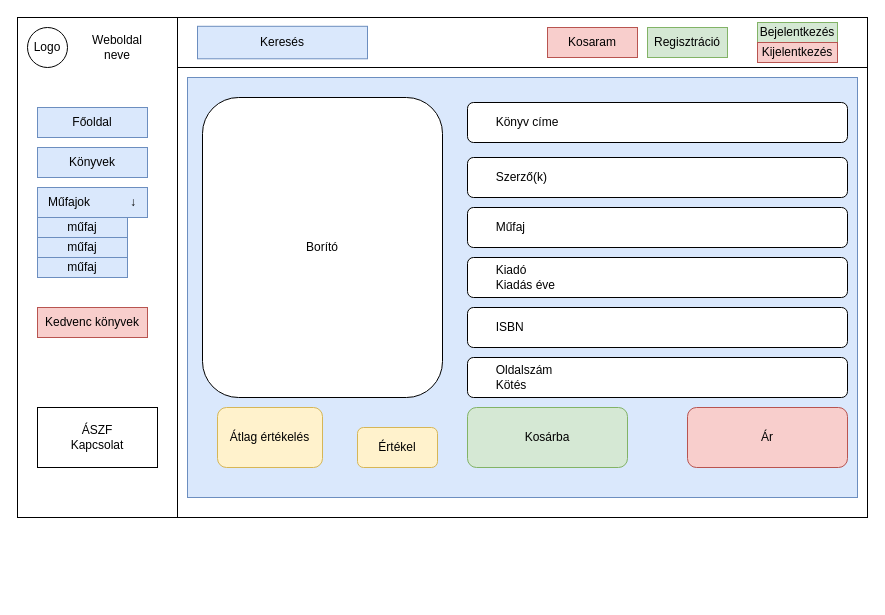
Before: Menu es kepernyotervek/kepernyotervek/konyv_nezet.drawio in keresztpapa/adatBalapu, a draw.io diagram. Source tidied: cells renumbered, new cells numbered last; positions are measured from the earlier drawing's top-left corner, leaving out a move shared by most shapes. Both pictures are drawn from the tidied source at 100%, with x=0, y=0 at pixel (17, 17).
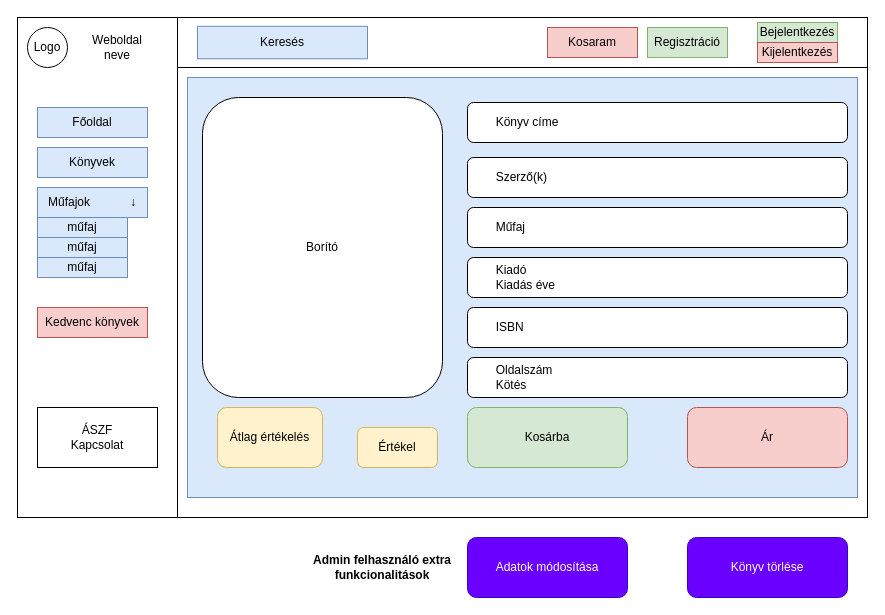
Above is the later version.

Commit message (it also covers changes not shown here):
admin oldal kepernyoterv

The edit, as a diff of the source:
```diff
@@
+    <mxCell id="32" value="Adatok módosítása" style="rounded=1;whiteSpace=wrap;html=1;fillColor=#6a00ff;fontColor=#ffffff;strokeColor=#3700CC;" parent="1" vertex="1">
+      <mxGeometry x="450" y="520" width="160" height="60" as="geometry" />
+    </mxCell>
+    <mxCell id="33" value="Könyv törlése" style="rounded=1;whiteSpace=wrap;html=1;fillColor=#6a00ff;fontColor=#ffffff;strokeColor=#3700CC;" parent="1" vertex="1">
+      <mxGeometry x="670" y="520" width="160" height="60" as="geometry" />
+    </mxCell>
+    <mxCell id="34" value="Admin felhasználó extra funkcionalitások" style="text;html=1;strokeColor=none;fillColor=none;align=center;verticalAlign=middle;whiteSpace=wrap;rounded=0;fontStyle=1;" parent="1" vertex="1">
+      <mxGeometry x="290" y="535" width="150" height="30" as="geometry" />
+    </mxCell>
```
